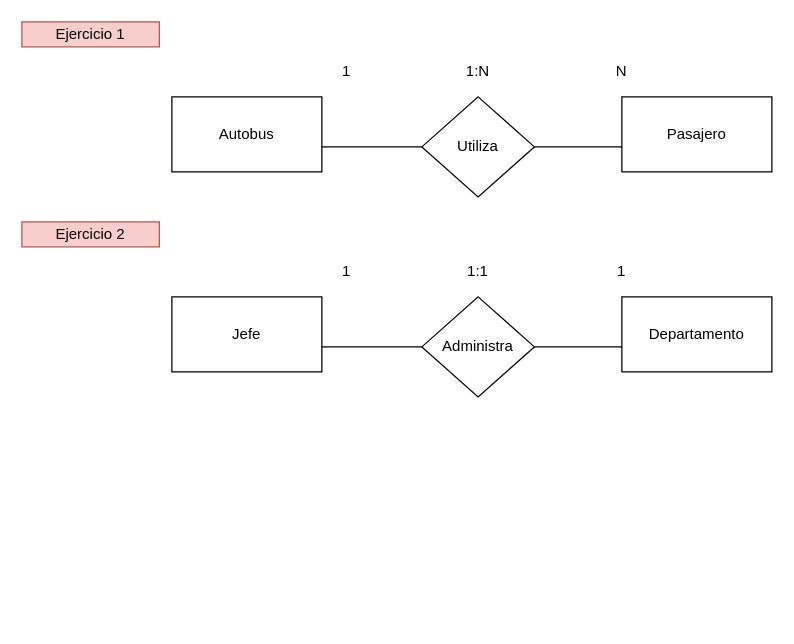
Before: Untitled Diagram.drawio in diegomurillocorrea/DBD, a draw.io diagram. Source tidied: cells renumbered, new cells numbered last; positions are measured from the earlier drawing's top-left corner, leaving out a move shared by most shapes. Both pictures are drawn from the tidied source at 125%, with x=0, y=0 at pixel (21, 21).
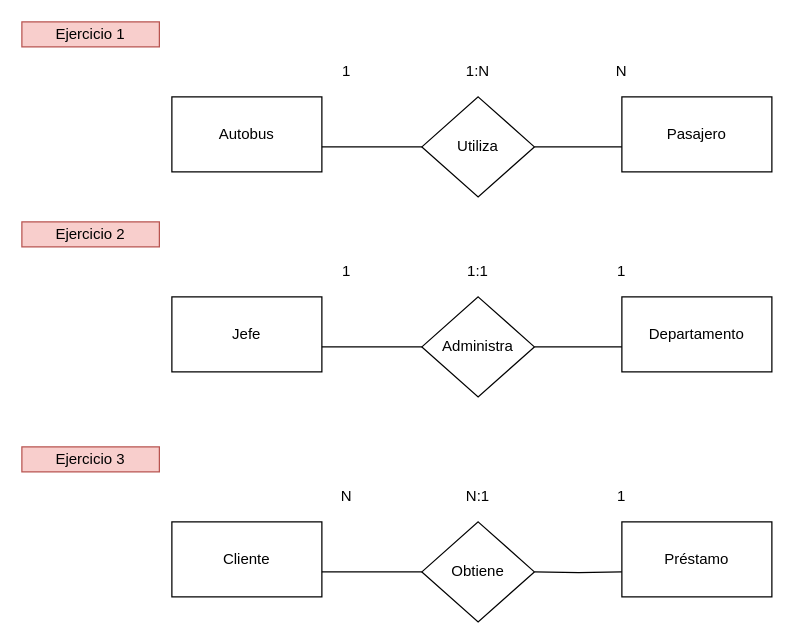
The same page after the edit.

Commit message:
Third Exercise

Change to the diagram source:
```diff
@@
+    <mxCell id="20" value="Cliente" style="rounded=0;whiteSpace=wrap;html=1;" parent="1" vertex="1">
+      <mxGeometry x="120" y="400" width="120" height="60" as="geometry" />
+    </mxCell>
+    <mxCell id="21" value="Préstamo" style="rounded=0;whiteSpace=wrap;html=1;" parent="1" vertex="1">
+      <mxGeometry x="480" y="400" width="120" height="60" as="geometry" />
+    </mxCell>
+    <mxCell id="22" style="edgeStyle=orthogonalEdgeStyle;rounded=0;jettySize=auto;html=1;entryX=0;entryY=0.667;entryDx=0;entryDy=0;entryPerimeter=0;endArrow=none;endFill=0;" parent="1" edge="1" target="21">
+      <mxGeometry relative="1" as="geometry">
+        <mxPoint x="410" y="440" as="sourcePoint" />
+      </mxGeometry>
+    </mxCell>
+    <mxCell id="23" style="endArrow=none;html=1;entryX=0;entryY=0.5;entryDx=0;entryDy=0;" parent="1" edge="1">
+      <mxGeometry relative="1" as="geometry">
+        <mxPoint x="240" y="440" as="sourcePoint" />
+        <mxPoint x="320" y="440" as="targetPoint" />
+      </mxGeometry>
+    </mxCell>
+    <mxCell id="24" value="N" style="text;html=1;strokeColor=none;fillColor=none;align=center;verticalAlign=middle;whiteSpace=wrap;rounded=0;" parent="1" vertex="1">
+      <mxGeometry x="240" y="370" width="40" height="20" as="geometry" />
+    </mxCell>
+    <mxCell id="25" value="1" style="text;html=1;strokeColor=none;fillColor=none;align=center;verticalAlign=middle;whiteSpace=wrap;rounded=0;" parent="1" vertex="1">
+      <mxGeometry x="460" y="370" width="40" height="20" as="geometry" />
+    </mxCell>
+    <mxCell id="26" value="N:1" style="text;html=1;strokeColor=none;fillColor=none;align=center;verticalAlign=middle;whiteSpace=wrap;rounded=0;" parent="1" vertex="1">
+      <mxGeometry x="345" y="370" width="40" height="20" as="geometry" />
+    </mxCell>
+    <mxCell id="27" value="Ejercicio 3" style="text;html=1;strokeColor=#b85450;fillColor=#f8cecc;align=center;verticalAlign=middle;whiteSpace=wrap;rounded=0;" parent="1" vertex="1">
+      <mxGeometry y="340" width="110" height="20" as="geometry" />
+    </mxCell>
+    <mxCell id="28" value="Obtiene" style="rhombus;whiteSpace=wrap;html=1;" parent="1" vertex="1">
+      <mxGeometry x="320" y="400" width="90" height="80" as="geometry" />
+    </mxCell>
```
